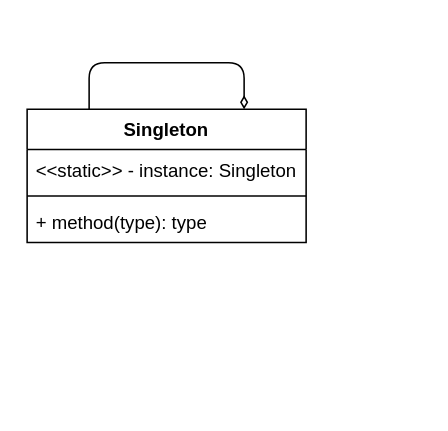
The draw.io diagram DesignPattern/Singleton.drawio in yayaer123/drawio_demo, before the edit. Source tidied: cells renumbered, new cells numbered last; positions are measured from the earlier drawing's top-left corner, leaving out a move shared by most shapes. Both pictures are drawn from the tidied source at 155%, with x=0, y=0 at pixel (26, 62).
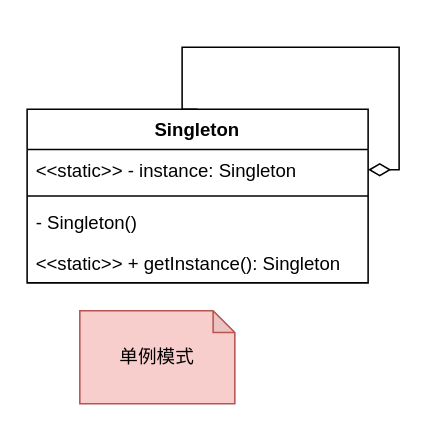
Above is the later version.

The edit, as a diff of the source:
```diff
@@
 <mxGraphModel>
   <root>
     <mxCell id="0" />
     <mxCell id="1" parent="0" />
     <mxCell id="2" value="Singleton" style="swimlane;fontStyle=1;align=center;verticalAlign=top;horizontal=1;startSize=26;" parent="1" vertex="1">
-      <mxGeometry y="30" width="180" height="86" as="geometry" />
+      <mxGeometry y="30" width="220" height="112" as="geometry" />
     </mxCell>
     <mxCell id="3" value="&lt;&lt;static&gt;&gt; - instance: Singleton" style="text;strokeColor=none;fillColor=none;align=left;verticalAlign=top;spacingLeft=4;spacingRight=4;overflow=hidden;points=[[0,0.5],[1,0.5]];portConstraint=eastwest;" parent="2" vertex="1">
-      <mxGeometry y="26" width="180" height="26" as="geometry" />
+      <mxGeometry y="26" width="220" height="26" as="geometry" />
     </mxCell>
     <mxCell id="4" style="line;strokeWidth=1;fillColor=none;align=left;verticalAlign=middle;spacingTop=-1;spacingLeft=3;spacingRight=3;labelPosition=right;strokeColor=inherit;" parent="2" vertex="1">
-      <mxGeometry y="52" width="180" height="8" as="geometry" />
+      <mxGeometry y="52" width="220" height="8" as="geometry" />
     </mxCell>
+    <mxCell id="7" value="- Singleton()" style="text;strokeColor=none;fillColor=none;align=left;verticalAlign=top;spacingLeft=4;spacingRight=4;overflow=hidden;whiteSpace=wrap;html=1;" parent="2" vertex="1">
+      <mxGeometry y="60" width="220" height="26" as="geometry" />
+    </mxCell>
-    <mxCell id="5" value="+ method(type): type" style="text;strokeColor=none;fillColor=none;align=left;verticalAlign=top;spacingLeft=4;spacingRight=4;overflow=hidden;" parent="2" vertex="1">
-      <mxGeometry y="60" width="180" height="26" as="geometry" />
+    <mxCell id="5" value="&lt;&lt;static&gt;&gt; + getInstance(): Singleton" style="text;strokeColor=none;fillColor=none;align=left;verticalAlign=top;spacingLeft=4;spacingRight=4;overflow=hidden;" parent="2" vertex="1">
+      <mxGeometry y="86" width="220" height="26" as="geometry" />
     </mxCell>
-    <mxCell id="6" style="edgeStyle=orthogonalEdgeStyle;html=1;endArrow=diamondThin;endFill=0;" parent="1" edge="1" source="2" target="2">
-      <mxGeometry relative="1" as="geometry">
-        <Array as="points">
-          <mxPoint x="140" />
-        </Array>
-      </mxGeometry>
-    </mxCell>
+    <mxCell id="8" style="edgeStyle=orthogonalEdgeStyle;rounded=0;jettySize=auto;html=1;endArrow=diamondThin;endFill=0;startSize=12;exitX=0.5;exitY=0;exitDx=0;exitDy=0;endSize=12;entryX=1;entryY=0.5;entryDx=0;entryDy=0;" parent="2" edge="1" source="2" target="3">
+      <mxGeometry relative="1" as="geometry">
+        <Array as="points">
+          <mxPoint x="100" y="-40" />
+          <mxPoint x="240" y="-40" />
+          <mxPoint x="240" y="39" />
+        </Array>
+      </mxGeometry>
+    </mxCell>
+    <mxCell id="9" value="单例模式" style="shape=note;whiteSpace=wrap;html=1;backgroundOutline=1;darkOpacity=0.05;fillColor=#f8cecc;strokeColor=#b85450;size=14;" parent="1" vertex="1">
+      <mxGeometry x="34" y="160" width="100" height="60" as="geometry" />
+    </mxCell>
   </root>
 </mxGraphModel>
```
